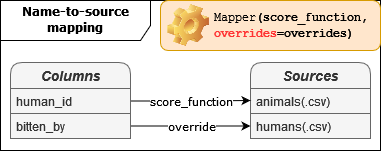
The draw.io diagram docs/_images/name-to-source-mapping.drawio.png in rsundqvist/id-translation, before a commit. Source tidied: cells renumbered, new cells last; positions are measured from the earlier drawing's top-left corner, leaving out a move shared by most shapes.
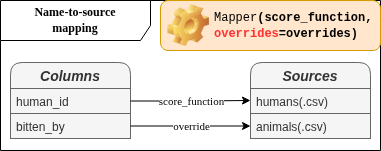
Above is the later version.

Commit message:
docs: Fix the swapped sources in the name-to-source mapping diagram

What changed in the source:
```diff
@@ -2,42 +2,42 @@
   <root>
     <mxCell id="0" />
     <mxCell id="1" parent="0" />
-    <mxCell id="2" value="&lt;div&gt;&lt;font face=&quot;Verdana&quot;&gt;&lt;b&gt;Name-to-source&lt;/b&gt;&lt;/font&gt;&lt;/div&gt;&lt;div&gt;&lt;font face=&quot;Verdana&quot;&gt;&lt;b&gt;mapping&lt;br&gt;&lt;/b&gt;&lt;/font&gt;&lt;/div&gt;" style="shape=umlFrame;whiteSpace=wrap;html=1;rounded=0;shadow=0;glass=0;fontFamily=Courier New;fontColor=#000000;fillColor=default;width=150;height=40;" parent="1" vertex="1">
+    <mxCell id="2" value="&lt;div&gt;&lt;font&gt;&lt;b&gt;Name-to-source&lt;/b&gt;&lt;/font&gt;&lt;/div&gt;&lt;div&gt;&lt;font&gt;&lt;b&gt;mapping&lt;br&gt;&lt;/b&gt;&lt;/font&gt;&lt;/div&gt;" style="shape=umlFrame;whiteSpace=wrap;html=1;rounded=0;shadow=0;glass=0;fontColor=#000000;fillColor=default;width=150;height=40;fontFamily=Courier New;" parent="1" vertex="1">
       <mxGeometry width="380" height="150" as="geometry" />
     </mxCell>
-    <mxCell id="3" value="&lt;div&gt;&lt;font face=&quot;Courier New&quot;&gt;&lt;span style=&quot;font-weight: normal;&quot;&gt;Mapper&lt;/span&gt;(score_function, &lt;br&gt;&lt;/font&gt;&lt;/div&gt;&lt;div&gt;&lt;font face=&quot;Courier New&quot;&gt;&lt;font color=&quot;#FF3333&quot;&gt;overrides&lt;/font&gt;=overrides)&lt;/font&gt;&lt;/div&gt;" style="label;whiteSpace=wrap;html=1;image=img/clipart/Gear_128x128.png;rounded=1;shadow=0;glass=0;fillColor=#ffe6cc;strokeColor=#d79b00;" parent="1" vertex="1">
+    <mxCell id="3" value="&lt;div&gt;&lt;font&gt;&lt;span style=&quot;font-weight: normal;&quot;&gt;Mapper&lt;/span&gt;(score_function, &lt;br&gt;&lt;/font&gt;&lt;/div&gt;&lt;div&gt;&lt;font&gt;&lt;font color=&quot;#FF3333&quot;&gt;overrides&lt;/font&gt;=overrides)&lt;/font&gt;&lt;/div&gt;" style="label;whiteSpace=wrap;html=1;image=img/clipart/Gear_128x128.png;rounded=1;shadow=0;glass=0;fillColor=#ffe6cc;strokeColor=#d79b00;fontFamily=Courier New;" parent="1" vertex="1">
       <mxGeometry x="160" width="220" height="50" as="geometry" />
     </mxCell>
-    <mxCell id="4" value="Sources" style="swimlane;fontStyle=3;horizontal=1;startSize=26;align=center;fontSize=14;rounded=1;shadow=0;glass=0;swimlaneLine=1;fillColor=#f5f5f5;fontColor=#333333;strokeColor=#666666;" parent="1" vertex="1">
+    <mxCell id="4" value="Sources" style="swimlane;fontStyle=3;horizontal=1;startSize=26;align=center;fontSize=14;rounded=1;shadow=0;glass=0;swimlaneLine=1;fillColor=#f5f5f5;fontColor=#333333;strokeColor=#666666;fontFamily=Courier New;" parent="1" vertex="1">
       <mxGeometry x="250" y="62" width="120" height="76" as="geometry" />
     </mxCell>
-    <mxCell id="5" value="animals(.csv)" style="text;spacingLeft=4;spacingRight=4;overflow=hidden;fontSize=12;fillColor=#f5f5f5;fontColor=#333333;strokeColor=#666666;" parent="4" vertex="1">
+    <mxCell id="5" value="humans(.csv)" style="text;spacingLeft=4;spacingRight=4;overflow=hidden;fontSize=12;fillColor=#f5f5f5;fontColor=#333333;strokeColor=#666666;fontFamily=Courier New;" parent="4" vertex="1">
       <mxGeometry y="26" width="120" height="25" as="geometry" />
     </mxCell>
-    <mxCell id="6" value="humans(.csv)" style="text;spacingLeft=4;spacingRight=4;overflow=hidden;points=[[0,0.5],[1,0.5]];portConstraint=eastwest;fontSize=12;fillColor=#f5f5f5;fontColor=#333333;strokeColor=#666666;" parent="4" vertex="1">
+    <mxCell id="6" value="animals(.csv)" style="text;spacingLeft=4;spacingRight=4;overflow=hidden;points=[[0,0.5],[1,0.5]];portConstraint=eastwest;fontSize=12;fillColor=#f5f5f5;fontColor=#333333;strokeColor=#666666;fontFamily=Courier New;" parent="4" vertex="1">
       <mxGeometry y="51" width="120" height="25" as="geometry" />
     </mxCell>
-    <mxCell id="7" value="Columns" style="swimlane;fontStyle=3;horizontal=1;startSize=26;align=center;fontSize=14;rounded=1;fillColor=#f5f5f5;fontColor=#333333;strokeColor=#666666;" parent="1" vertex="1">
+    <mxCell id="7" value="Columns" style="swimlane;fontStyle=3;horizontal=1;startSize=26;align=center;fontSize=14;rounded=1;fillColor=#f5f5f5;fontColor=#333333;strokeColor=#666666;fontFamily=Courier New;" parent="1" vertex="1">
       <mxGeometry x="10" y="62" width="120" height="76" as="geometry" />
     </mxCell>
-    <mxCell id="8" value="human_id" style="text;spacingLeft=4;spacingRight=4;overflow=hidden;points=[[0,0.5],[1,0.5]];portConstraint=eastwest;fontSize=12;fillColor=#f5f5f5;fontColor=#333333;strokeColor=#666666;" parent="7" vertex="1">
+    <mxCell id="8" value="human_id" style="text;spacingLeft=4;spacingRight=4;overflow=hidden;points=[[0,0.5],[1,0.5]];portConstraint=eastwest;fontSize=12;fillColor=#f5f5f5;fontColor=#333333;strokeColor=#666666;fontFamily=Courier New;" parent="7" vertex="1">
       <mxGeometry y="26" width="120" height="25" as="geometry" />
     </mxCell>
-    <mxCell id="9" value="bitten_by" style="text;spacingLeft=4;spacingRight=4;overflow=hidden;points=[[0,0.5],[1,0.5]];portConstraint=eastwest;fontSize=12;fillColor=#f5f5f5;fontColor=#333333;strokeColor=#666666;" parent="7" vertex="1">
+    <mxCell id="9" value="bitten_by" style="text;spacingLeft=4;spacingRight=4;overflow=hidden;points=[[0,0.5],[1,0.5]];portConstraint=eastwest;fontSize=12;fillColor=#f5f5f5;fontColor=#333333;strokeColor=#666666;fontFamily=Courier New;" parent="7" vertex="1">
       <mxGeometry y="51" width="120" height="25" as="geometry" />
     </mxCell>
-    <mxCell id="10" style="edgeStyle=orthogonalEdgeStyle;rounded=0;jettySize=auto;html=1;exitX=1;exitY=0.5;exitDx=0;exitDy=0;entryX=0;entryY=0.5;entryDx=0;entryDy=0;fontFamily=Verdana;fontColor=#4D9900;" parent="1" edge="1" source="8" target="4">
+    <mxCell id="10" style="edgeStyle=orthogonalEdgeStyle;rounded=0;jettySize=auto;html=1;exitX=1;exitY=0.5;exitDx=0;exitDy=0;entryX=0;entryY=0.5;entryDx=0;entryDy=0;fontColor=#4D9900;fontFamily=Courier New;" parent="1" edge="1" source="8" target="4">
       <mxGeometry relative="1" as="geometry" />
     </mxCell>
-    <mxCell id="11" value="score_function" style="edgeLabel;html=1;align=center;verticalAlign=middle;fontFamily=Verdana;fontColor=default;" parent="10" vertex="1">
+    <mxCell id="11" value="score_function" style="edgeLabel;html=1;align=center;verticalAlign=middle;fontColor=default;fontFamily=Courier New;" parent="10" vertex="1">
       <mxGeometry x="-0.17" y="1" relative="1" as="geometry">
         <mxPoint x="10" y="1" as="offset" />
       </mxGeometry>
     </mxCell>
-    <mxCell id="12" style="edgeStyle=orthogonalEdgeStyle;rounded=0;jettySize=auto;html=1;exitX=1;exitY=0.5;exitDx=0;exitDy=0;entryX=0;entryY=0.5;entryDx=0;entryDy=0;fontFamily=Verdana;fontColor=#4D9900;" parent="1" edge="1" source="9" target="6">
+    <mxCell id="12" style="edgeStyle=orthogonalEdgeStyle;rounded=0;jettySize=auto;html=1;exitX=1;exitY=0.5;exitDx=0;exitDy=0;entryX=0;entryY=0.5;entryDx=0;entryDy=0;fontColor=#4D9900;fontFamily=Courier New;" parent="1" edge="1" source="9" target="6">
       <mxGeometry relative="1" as="geometry" />
     </mxCell>
-    <mxCell id="13" value="override" style="edgeLabel;html=1;align=center;verticalAlign=middle;fontFamily=Verdana;fontColor=default;" parent="12" vertex="1">
+    <mxCell id="13" value="override" style="edgeLabel;html=1;align=center;verticalAlign=middle;fontColor=default;fontFamily=Courier New;" parent="12" vertex="1">
       <mxGeometry x="0.32" y="-1" relative="1" as="geometry">
         <mxPoint x="-19" y="-1" as="offset" />
       </mxGeometry>
```
